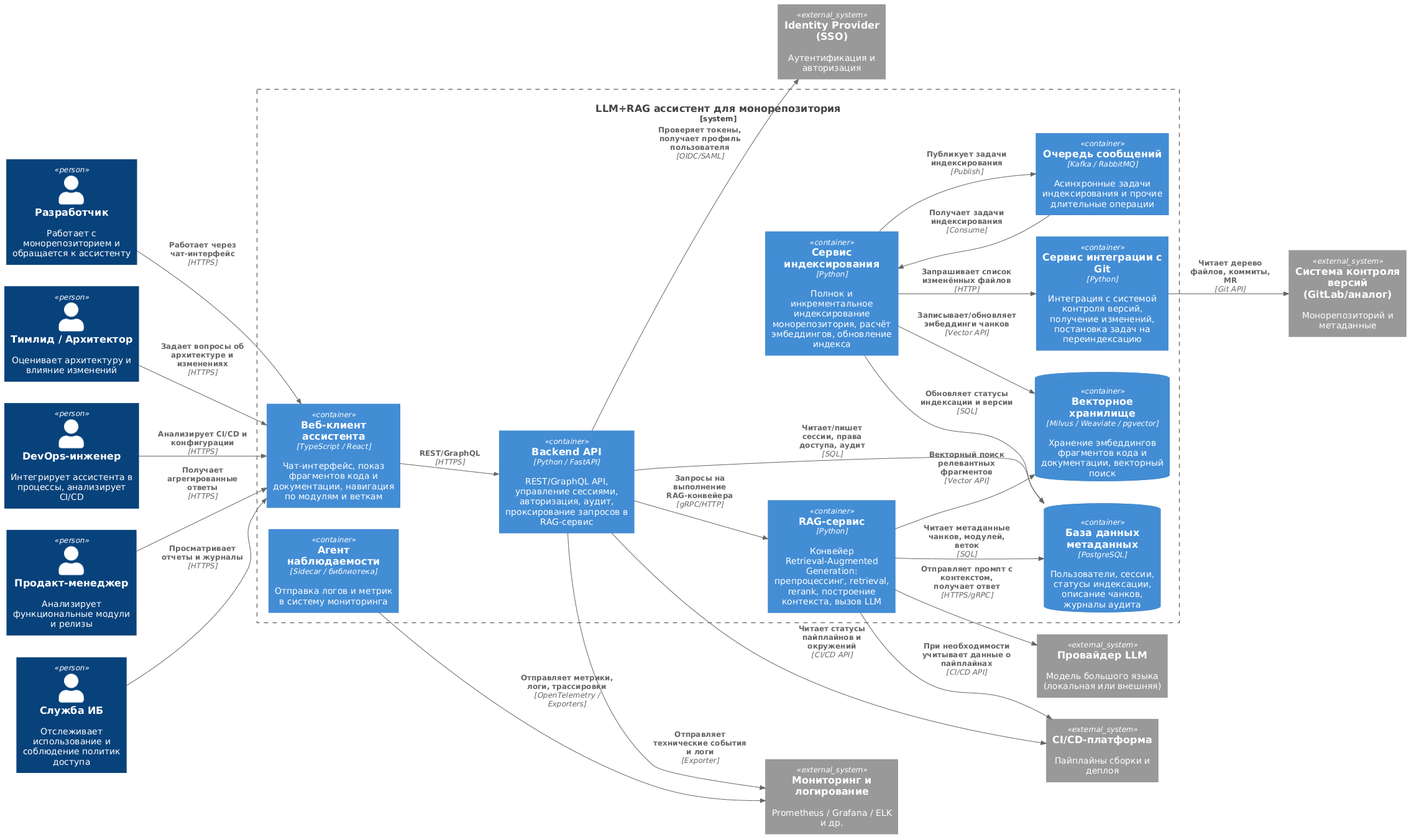
The PlantUML diagram LabWork2/containers-diagram.png in GaagAlex1/labs_design_of_software_systems_architecture_gaag, before a commit. Its diagram source:
```plantuml
@startuml

!include https://raw.githubusercontent.com/plantuml-stdlib/C4-PlantUML/master/C4_Container.puml

LAYOUT_LEFT_RIGHT()

Person(dev, "Разработчик", "Работает с монорепозиторием и обращается к ассистенту")
Person(lead, "Тимлид / Архитектор", "Оценивает архитектуру и влияние изменений")
Person(devops, "DevOps-инженер", "Интегрирует ассистента в процессы, анализирует CI/CD")
Person(pm, "Продакт-менеджер", "Анализирует функциональные модули и релизы")
Person(sec, "Служба ИБ", "Отслеживает использование и соблюдение политик доступа")

System_Boundary(llm_system, "LLM+RAG ассистент для монорепозитория") {

  Container(web, "Веб-клиент ассистента", "TypeScript / React", "Чат-интерфейс, показ фрагментов кода и документации, навигация по модулям и веткам")

  Container(api, "Backend API", "Python / FastAPI", "REST/GraphQL API, управление сессиями, авторизация, аудит, проксирование запросов в RAG-сервис")

  Container(rag, "RAG-сервис", "Python", "Конвейер Retrieval-Augmented Generation: препроцессинг, retrieval, rerank, построение контекста, вызов LLM")

  Container(indexer, "Сервис индексирования", "Python", "Полнок и инкрементальное индексирование монорепозитория, расчёт эмбеддингов, обновление индекса")

  Container(extractor, "Сервис интеграции с Git", "Python", "Интеграция с системой контроля версий, получение изменений, постановка задач на переиндексацию")

  ContainerDb(vectordb, "Векторное хранилище", "Milvus / Weaviate / pgvector", "Хранение эмбеддингов фрагментов кода и документации, векторный поиск")

  ContainerDb(metadata, "База данных метаданных", "PostgreSQL", "Пользователи, сессии, статусы индексации, описание чанков, журналы аудита")

  Container(queue, "Очередь сообщений", "Kafka / RabbitMQ", "Асинхронные задачи индексирования и прочие длительные операции")

  Container(monitor_agent, "Агент наблюдаемости", "Sidecar / библиотека", "Отправка логов и метрик в систему мониторинга")
}

System_Ext(git, "Система контроля версий (GitLab/аналог)", "Монорепозиторий и метаданные")
System_Ext(ci, "CI/CD-платформа", "Пайплайны сборки и деплоя")
System_Ext(idp, "Identity Provider (SSO)", "Аутентификация и авторизация")
System_Ext(monitoring, "Мониторинг и логирование", "Prometheus / Grafana / ELK и др.")
System_Ext(llm, "Провайдер LLM", "Модель большого языка (локальная или внешняя)")

Rel(dev, web, "Работает через чат-интерфейс", "HTTPS")
Rel(lead, web, "Задает вопросы об архитектуре и изменениях", "HTTPS")
Rel(devops, web, "Анализирует CI/CD и конфигурации", "HTTPS")
Rel(pm, web, "Получает агрегированные ответы", "HTTPS")
Rel(sec, web, "Просматривает отчеты и журналы", "HTTPS")

Rel(web, api, "REST/GraphQL", "HTTPS")
Rel(api, rag, "Запросы на выполнение RAG-конвейера", "gRPC/HTTP")
Rel(api, metadata, "Читает/пишет сессии, права доступа, аудит", "SQL")
Rel(api, idp, "Проверяет токены, получает профиль пользователя", "OIDC/SAML")

Rel(rag, vectordb, "Векторный поиск релевантных фрагментов", "Vector API")
Rel(rag, metadata, "Читает метаданные чанков, модулей, веток", "SQL")
Rel(rag, llm, "Отправляет промпт с контекстом, получает ответ", "HTTPS/gRPC")

Rel(indexer, extractor, "Запрашивает список изменённых файлов", "HTTP")
Rel(extractor, git, "Читает дерево файлов, коммиты, MR", "Git API")
Rel(indexer, vectordb, "Записывает/обновляет эмбеддинги чанков", "Vector API")
Rel(indexer, metadata, "Обновляет статусы индексации и версии", "SQL")
Rel(indexer, queue, "Публикует задачи индексирования", "Publish")
Rel(queue, indexer, "Получает задачи индексирования", "Consume")

Rel(monitor_agent, monitoring, "Отправляет метрики, логи, трассировки", "OpenTelemetry / Exporters")

Rel(api, ci, "Читает статусы пайплайнов и окружений", "CI/CD API")
Rel(rag, ci, "При необходимости учитывает данные о пайплайнах", "CI/CD API")
Rel(api, monitoring, "Отправляет технические события и логи", "Exporter")
@enduml
```
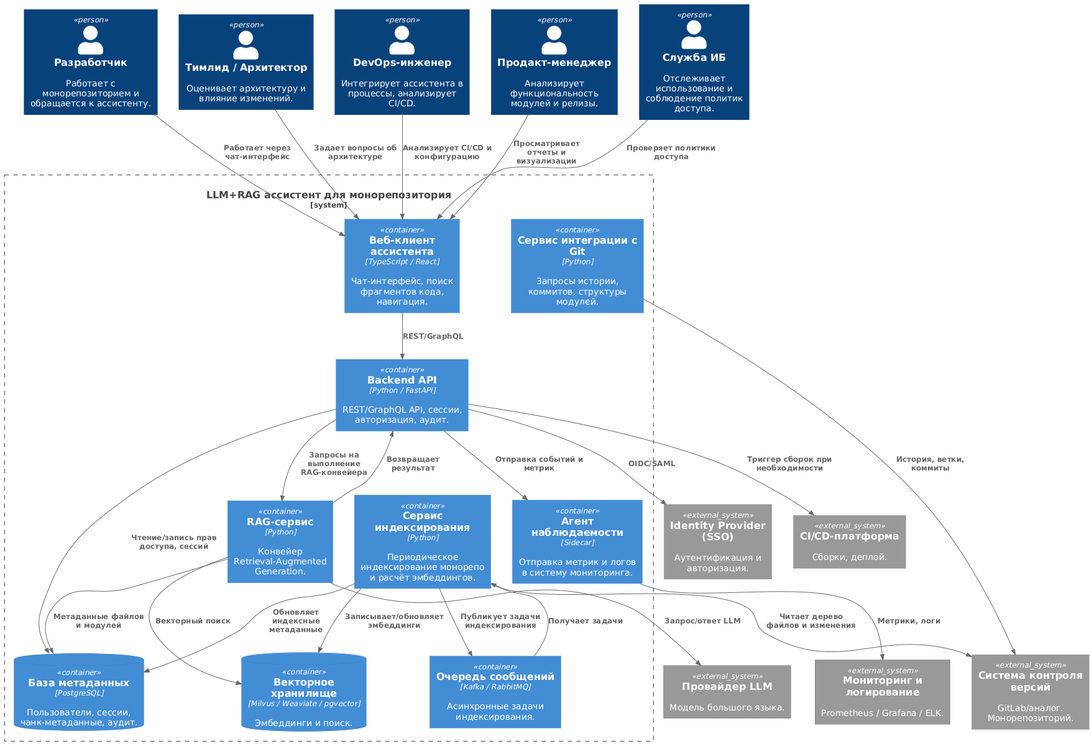
The same file after the commit.

Diff of the diagram source:
```diff
@@ -1,67 +1,56 @@
 @startuml
+!include https://raw.githubusercontent.com/plantuml-stdlib/C4-PlantUML/master/C4_Component.puml
 
-!include https://raw.githubusercontent.com/plantuml-stdlib/C4-PlantUML/master/C4_Container.puml
+Person(dev, "Разработчик", "Работает с монорепозиторием и обращается к ассистенту.")
+Person(architect, "Тимлид / Архитектор", "Оценивает архитектуру и влияние изменений.")
+Person(devops, "DevOps-инженер", "Интегрирует ассистента в процессы, анализирует CI/CD.")
+Person(pmanager, "Продакт-менеджер", "Анализирует функциональность модулей и релизы.")
+Person(sec, "Служба ИБ", "Отслеживает использование и соблюдение политик доступа.")
 
-LAYOUT_LEFT_RIGHT()
+System_Ext(identity, "Identity Provider (SSO)", "Аутентификация и авторизация.")
+System_Ext(git, "Система контроля версий", "GitLab/аналог. Монорепозиторий.")
+System_Ext(ci, "CI/CD-платформа", "Сборки, деплой.")
+System_Ext(monitoring, "Мониторинг и логирование", "Prometheus / Grafana / ELK.")
+System_Ext(llmProvider, "Провайдер LLM", "Модель большого языка.")
 
-Person(dev, "Разработчик", "Работает с монорепозиторием и обращается к ассистенту")
-Person(lead, "Тимлид / Архитектор", "Оценивает архитектуру и влияние изменений")
-Person(devops, "DevOps-инженер", "Интегрирует ассистента в процессы, анализирует CI/CD")
-Person(pm, "Продакт-менеджер", "Анализирует функциональные модули и релизы")
-Person(sec, "Служба ИБ", "Отслеживает использование и соблюдение политик доступа")
+System_Boundary(main, "LLM+RAG ассистент для монорепозитория") {
 
-System_Boundary(llm_system, "LLM+RAG ассистент для монорепозитория") {
-
-  Container(web, "Веб-клиент ассистента", "TypeScript / React", "Чат-интерфейс, показ фрагментов кода и документации, навигация по модулям и веткам")
-
-  Container(api, "Backend API", "Python / FastAPI", "REST/GraphQL API, управление сессиями, авторизация, аудит, проксирование запросов в RAG-сервис")
-
-  Container(rag, "RAG-сервис", "Python", "Конвейер Retrieval-Augmented Generation: препроцессинг, retrieval, rerank, построение контекста, вызов LLM")
-
-  Container(indexer, "Сервис индексирования", "Python", "Полнок и инкрементальное индексирование монорепозитория, расчёт эмбеддингов, обновление индекса")
-
-  Container(extractor, "Сервис интеграции с Git", "Python", "Интеграция с системой контроля версий, получение изменений, постановка задач на переиндексацию")
-
-  ContainerDb(vectordb, "Векторное хранилище", "Milvus / Weaviate / pgvector", "Хранение эмбеддингов фрагментов кода и документации, векторный поиск")
-
-  ContainerDb(metadata, "База данных метаданных", "PostgreSQL", "Пользователи, сессии, статусы индексации, описание чанков, журналы аудита")
-
-  Container(queue, "Очередь сообщений", "Kafka / RabbitMQ", "Асинхронные задачи индексирования и прочие длительные операции")
-
-  Container(monitor_agent, "Агент наблюдаемости", "Sidecar / библиотека", "Отправка логов и метрик в систему мониторинга")
+  Container(web, "Веб-клиент ассистента", "TypeScript / React", "Чат-интерфейс, поиск фрагментов кода, навигация.")
+  Container(api, "Backend API", "Python / FastAPI", "REST/GraphQL API, сессии, авторизация, аудит.")
+  Container(indexer, "Сервис индексирования", "Python", "Периодическое индексирование монорепо и расчёт эмбеддингов.")
+  Container(queue, "Очередь сообщений", "Kafka / RabbitMQ", "Асинхронные задачи индексирования.")
+  Container(integration, "Сервис интеграции с Git", "Python", "Запросы истории, коммитов, структуры модулей.")
+  Container(rag, "RAG-сервис", "Python", "Конвейер Retrieval-Augmented Generation.")
+  ContainerDb(vectorStore, "Векторное хранилище", "Milvus / Weaviate / pgvector", "Эмбеддинги и поиск.")
+  ContainerDb(metadataDb, "База метаданных", "PostgreSQL", "Пользователи, сессии, чанк-метаданные, аудит.")
+  Container(observer, "Агент наблюдаемости", "Sidecar", "Отправка метрик и логов в систему мониторинга.")
 }
 
-System_Ext(git, "Система контроля версий (GitLab/аналог)", "Монорепозиторий и метаданные")
-System_Ext(ci, "CI/CD-платформа", "Пайплайны сборки и деплоя")
-System_Ext(idp, "Identity Provider (SSO)", "Аутентификация и авторизация")
-System_Ext(monitoring, "Мониторинг и логирование", "Prometheus / Grafana / ELK и др.")
-System_Ext(llm, "Провайдер LLM", "Модель большого языка (локальная или внешняя)")
+Rel(dev, web, "Работает через чат-интерфейс")
+Rel(architect, web, "Задает вопросы об архитектуре")
+Rel(devops, web, "Анализирует CI/CD и конфигурацию")
+Rel(pmanager, web, "Просматривает отчеты и визуализации")
+Rel(sec, web, "Проверяет политики доступа")
 
-Rel(dev, web, "Работает через чат-интерфейс", "HTTPS")
-Rel(lead, web, "Задает вопросы об архитектуре и изменениях", "HTTPS")
-Rel(devops, web, "Анализирует CI/CD и конфигурации", "HTTPS")
-Rel(pm, web, "Получает агрегированные ответы", "HTTPS")
-Rel(sec, web, "Просматривает отчеты и журналы", "HTTPS")
+Rel(web, api, "REST/GraphQL")
+Rel(api, rag, "Запросы на выполнение RAG-конвейера")
+Rel(api, metadataDb, "Чтение/запись прав доступа, сессий")
+Rel(api, observer, "Отправка событий и метрик")
 
-Rel(web, api, "REST/GraphQL", "HTTPS")
-Rel(api, rag, "Запросы на выполнение RAG-конвейера", "gRPC/HTTP")
-Rel(api, metadata, "Читает/пишет сессии, права доступа, аудит", "SQL")
-Rel(api, idp, "Проверяет токены, получает профиль пользователя", "OIDC/SAML")
+Rel(indexer, queue, "Публикует задачи индексирования")
+Rel(queue, indexer, "Получает задачи")
+Rel(indexer, git, "Читает дерево файлов и изменения")
+Rel(indexer, vectorStore, "Записывает/обновляет эмбеддинги")
+Rel(indexer, metadataDb, "Обновляет индексные метаданные")
 
-Rel(rag, vectordb, "Векторный поиск релевантных фрагментов", "Vector API")
-Rel(rag, metadata, "Читает метаданные чанков, модулей, веток", "SQL")
-Rel(rag, llm, "Отправляет промпт с контекстом, получает ответ", "HTTPS/gRPC")
+Rel(rag, vectorStore, "Векторный поиск")
+Rel(rag, metadataDb, "Метаданные файлов и модулей")
+Rel(rag, llmProvider, "Запрос/ответ LLM")
 
-Rel(indexer, extractor, "Запрашивает список изменённых файлов", "HTTP")
-Rel(extractor, git, "Читает дерево файлов, коммиты, MR", "Git API")
-Rel(indexer, vectordb, "Записывает/обновляет эмбеддинги чанков", "Vector API")
-Rel(indexer, metadata, "Обновляет статусы индексации и версии", "SQL")
-Rel(indexer, queue, "Публикует задачи индексирования", "Publish")
-Rel(queue, indexer, "Получает задачи индексирования", "Consume")
+Rel(rag, api, "Возвращает результат")
+Rel(integration, git, "История, ветки, коммиты")
 
-Rel(monitor_agent, monitoring, "Отправляет метрики, логи, трассировки", "OpenTelemetry / Exporters")
-
-Rel(api, ci, "Читает статусы пайплайнов и окружений", "CI/CD API")
-Rel(rag, ci, "При необходимости учитывает данные о пайплайнах", "CI/CD API")
-Rel(api, monitoring, "Отправляет технические события и логи", "Exporter")
+Rel(api, identity, "OIDC/SAML")
+Rel(api, ci, "Триггер сборок при необходимости")
+Rel(observer, monitoring, "Метрики, логи")
 @enduml
```
